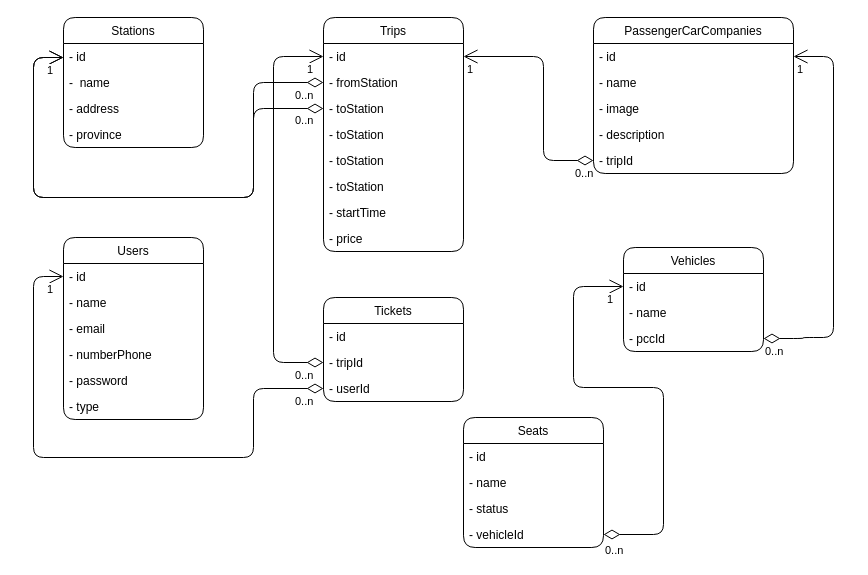
Before: diagram.drawio in trinhquanbkb/vexere, a draw.io diagram. Source tidied: cells renumbered, new cells numbered last; positions are measured from the earlier drawing's top-left corner, leaving out a move shared by most shapes. Both pictures are drawn from the tidied source at 100%, with x=0, y=0 at pixel (33, 17).
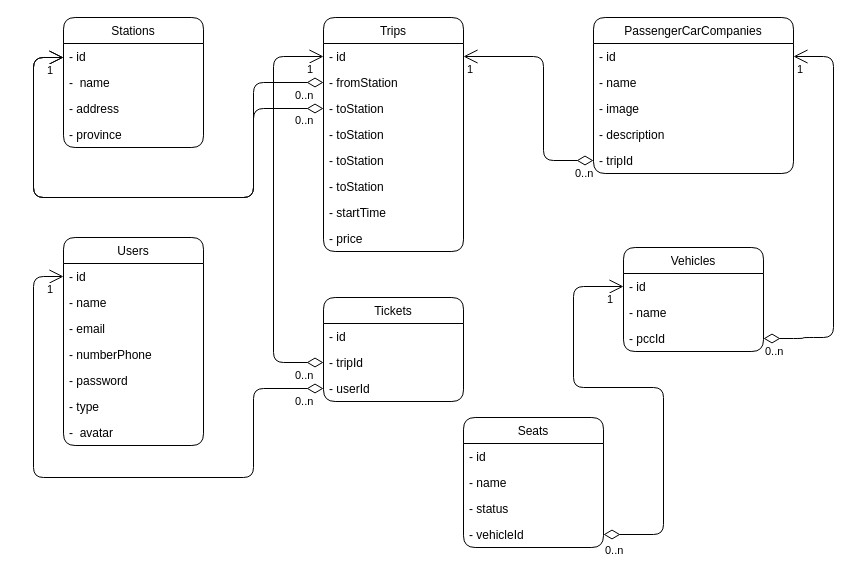
Above is the later version.

Commit message:
Cập nhật diagram.drawio

The change refers to these unchanged cells:
```xml
<mxCell id="41" value="- userId" style="text;strokeColor=none;fillColor=none;align=left;verticalAlign=top;spacingLeft=4;spacingRight=4;overflow=hidden;points=[[0,0.5],[1,0.5]];portConstraint=eastwest;rounded=1;" parent="38" vertex="1">
  <mxGeometry y="78" width="140" height="26" as="geometry" />
</mxCell>
```

What changed in the source:
```diff
@@
     <mxCell id="26" value="Users" style="swimlane;fontStyle=0;horizontal=1;startSize=26;fillColor=none;rounded=1;" parent="1" vertex="1">
-      <mxGeometry x="30" y="220" width="140" height="182" as="geometry" />
+      <mxGeometry x="30" y="220" width="140" height="208" as="geometry" />
     </mxCell>
@@
+    <mxCell id="63" value="-  avatar" style="text;strokeColor=none;fillColor=none;align=left;verticalAlign=top;spacingLeft=4;spacingRight=4;overflow=hidden;rounded=1;" parent="26" vertex="1">
+      <mxGeometry y="182" width="140" height="26" as="geometry" />
+    </mxCell>
@@
     <mxCell id="42" style="endArrow=open;html=1;endSize=12;startArrow=diamondThin;startSize=14;startFill=0;edgeStyle=orthogonalEdgeStyle;rounded=1;entryX=0;entryY=0.5;entryDx=0;entryDy=0;exitX=0;exitY=0.5;exitDx=0;exitDy=0;" parent="1" edge="1" source="41">
       <mxGeometry relative="1" as="geometry">
         <mxPoint x="30" y="259" as="targetPoint" />
         <Array as="points">
           <mxPoint x="220" y="371" />
-          <mxPoint x="220" y="440" />
-          <mxPoint y="440" />
+          <mxPoint x="220" y="460" />
+          <mxPoint y="460" />
           <mxPoint y="259" />
         </Array>
       </mxGeometry>
     </mxCell>
```
